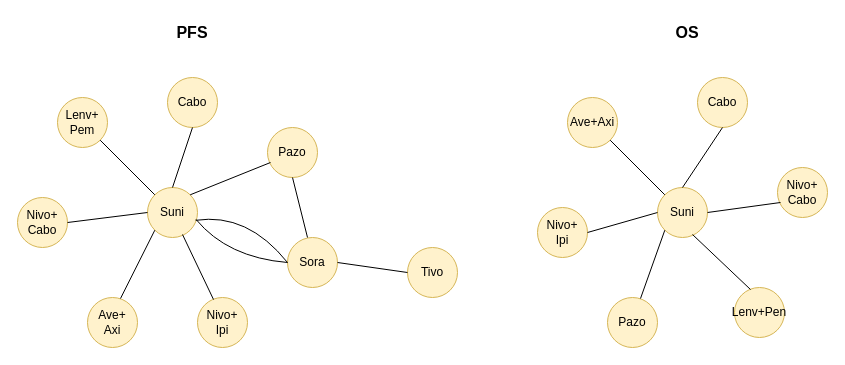
Earlier version of the draw.io diagram docs/images/network_diagram.drawio (nice-digital/NICE-model-repo). Source tidied: cells renumbered, new cells numbered last; positions are measured from the earlier drawing's top-left corner, leaving out a move shared by most shapes. Both pictures are drawn from the tidied source at 100%, with x=0, y=0 at pixel (17, 17).
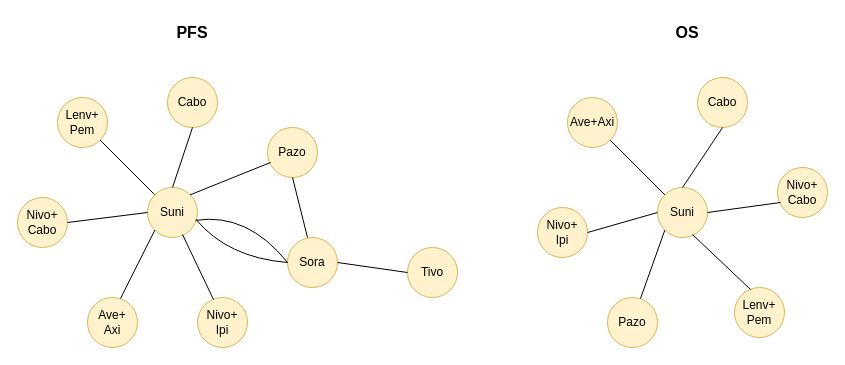
The same diagram, later.

Commit message (it also covers changes not shown here):
fix(diagram): correct Pen to Pem in 1L network diagram

Diff of the diagram source:
```diff
@@
-    <mxCell id="28" value="Lenv+Pen" style="ellipse;whiteSpace=wrap;html=1;fillColor=#fff2cc;strokeColor=#d6b656;" parent="1" vertex="1">
+    <mxCell id="28" value="Lenv+&lt;div&gt;Pem&lt;/div&gt;" style="ellipse;whiteSpace=wrap;html=1;fillColor=#fff2cc;strokeColor=#d6b656;" parent="1" vertex="1">
       <mxGeometry x="717" y="270" width="50" height="50" as="geometry" />
     </mxCell>
```
